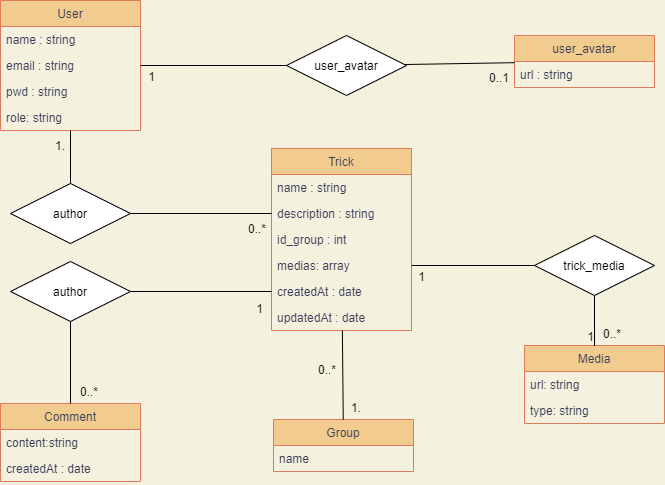
Earlier version of the draw.io export diagram/classes/classes.drawio.png (LFZDavid/SnowTricks). Source tidied: cells renumbered, new cells last; positions are measured from the earlier drawing's top-left corner, leaving out a move shared by most shapes. The source it was exported from:
```xml
<mxGraphModel background="#F4F1DE">
  <root>
    <mxCell id="0" />
    <mxCell id="1" parent="0" />
    <mxCell id="2" value="User" style="swimlane;fontStyle=0;horizontal=1;startSize=26;fontColor=#393C56;fillColor=#F2CC8F;strokeColor=#E07A5F;" parent="1" vertex="1">
      <mxGeometry width="140" height="130" as="geometry" />
    </mxCell>
    <mxCell id="3" value="name : string" style="text;strokeColor=none;fillColor=none;align=left;verticalAlign=top;spacingLeft=4;spacingRight=4;overflow=hidden;fontColor=#393C56;" parent="2" vertex="1">
      <mxGeometry y="26" width="140" height="26" as="geometry" />
    </mxCell>
    <mxCell id="4" value="email : string" style="text;strokeColor=none;fillColor=none;align=left;verticalAlign=top;spacingLeft=4;spacingRight=4;overflow=hidden;fontColor=#393C56;" parent="2" vertex="1">
      <mxGeometry y="52" width="140" height="26" as="geometry" />
    </mxCell>
    <mxCell id="5" value="pwd : string" style="text;strokeColor=none;fillColor=none;align=left;verticalAlign=top;spacingLeft=4;spacingRight=4;overflow=hidden;fontColor=#393C56;" parent="2" vertex="1">
      <mxGeometry y="78" width="140" height="26" as="geometry" />
    </mxCell>
    <mxCell id="6" value="role: string" style="text;strokeColor=none;fillColor=none;align=left;verticalAlign=top;spacingLeft=4;spacingRight=4;overflow=hidden;fontColor=#393C56;" parent="2" vertex="1">
      <mxGeometry y="104" width="140" height="26" as="geometry" />
    </mxCell>
    <mxCell id="7" value="Trick" style="swimlane;fontStyle=0;horizontal=1;startSize=26;fontColor=#393C56;fillColor=#F2CC8F;strokeColor=#E07A5F;" parent="1" vertex="1">
      <mxGeometry x="271" y="148" width="140" height="182" as="geometry" />
    </mxCell>
    <mxCell id="8" value="name : string" style="text;strokeColor=none;fillColor=none;align=left;verticalAlign=top;spacingLeft=4;spacingRight=4;overflow=hidden;fontColor=#393C56;" parent="7" vertex="1">
      <mxGeometry y="26" width="140" height="26" as="geometry" />
    </mxCell>
    <mxCell id="9" value="description : string" style="text;strokeColor=none;fillColor=none;align=left;verticalAlign=top;spacingLeft=4;spacingRight=4;overflow=hidden;fontColor=#393C56;" parent="7" vertex="1">
      <mxGeometry y="52" width="140" height="26" as="geometry" />
    </mxCell>
    <mxCell id="10" value="id_group : int" style="text;strokeColor=none;fillColor=none;align=left;verticalAlign=top;spacingLeft=4;spacingRight=4;overflow=hidden;fontColor=#393C56;" parent="7" vertex="1">
      <mxGeometry y="78" width="140" height="26" as="geometry" />
    </mxCell>
    <mxCell id="11" value="medias: array" style="text;strokeColor=none;fillColor=none;align=left;verticalAlign=top;spacingLeft=4;spacingRight=4;overflow=hidden;points=[[0,0.5],[1,0.5]];portConstraint=eastwest;fontColor=#393C56;" parent="7" vertex="1">
      <mxGeometry y="104" width="140" height="26" as="geometry" />
    </mxCell>
    <mxCell id="12" value="createdAt : date" style="text;strokeColor=none;fillColor=none;align=left;verticalAlign=top;spacingLeft=4;spacingRight=4;overflow=hidden;points=[[0,0.5],[1,0.5]];portConstraint=eastwest;fontColor=#393C56;" parent="7" vertex="1">
      <mxGeometry y="130" width="140" height="26" as="geometry" />
    </mxCell>
    <mxCell id="13" value="updatedAt : date" style="text;strokeColor=none;fillColor=none;align=left;verticalAlign=top;spacingLeft=4;spacingRight=4;overflow=hidden;fontColor=#393C56;" parent="7" vertex="1">
      <mxGeometry y="156" width="140" height="26" as="geometry" />
    </mxCell>
    <mxCell id="14" value="Comment" style="swimlane;fontStyle=0;horizontal=1;startSize=26;fontColor=#393C56;fillColor=#F2CC8F;strokeColor=#E07A5F;" parent="1" vertex="1">
      <mxGeometry y="403" width="140" height="78" as="geometry" />
    </mxCell>
    <mxCell id="15" value="content:string" style="text;strokeColor=none;fillColor=none;align=left;verticalAlign=top;spacingLeft=4;spacingRight=4;overflow=hidden;fontColor=#393C56;" parent="14" vertex="1">
      <mxGeometry y="26" width="140" height="26" as="geometry" />
    </mxCell>
    <mxCell id="16" value="createdAt : date " style="text;strokeColor=none;fillColor=none;align=left;verticalAlign=top;spacingLeft=4;spacingRight=4;overflow=hidden;fontColor=#393C56;" parent="14" vertex="1">
      <mxGeometry y="52" width="140" height="26" as="geometry" />
    </mxCell>
    <mxCell id="17" value="Group" style="swimlane;fontStyle=0;horizontal=1;startSize=26;fontColor=#393C56;fillColor=#F2CC8F;strokeColor=#E07A5F;" parent="1" vertex="1">
      <mxGeometry x="273" y="419" width="140" height="52" as="geometry" />
    </mxCell>
    <mxCell id="18" value="name" style="text;strokeColor=none;fillColor=none;align=left;verticalAlign=top;spacingLeft=4;spacingRight=4;overflow=hidden;fontColor=#393C56;" parent="17" vertex="1">
      <mxGeometry y="26" width="140" height="26" as="geometry" />
    </mxCell>
    <mxCell id="19" value="user_avatar" style="swimlane;fontStyle=0;horizontal=1;startSize=26;fontColor=#393C56;fillColor=#F2CC8F;strokeColor=#E07A5F;" parent="1" vertex="1">
      <mxGeometry x="514" y="35" width="140" height="52" as="geometry" />
    </mxCell>
    <mxCell id="20" value="url : string" style="text;strokeColor=none;fillColor=none;align=left;verticalAlign=top;spacingLeft=4;spacingRight=4;overflow=hidden;fontColor=#393C56;" parent="19" vertex="1">
      <mxGeometry y="26" width="140" height="26" as="geometry" />
    </mxCell>
    <mxCell id="21" value="Media" style="swimlane;fontStyle=0;horizontal=1;startSize=26;fontColor=#393C56;fillColor=#F2CC8F;strokeColor=#E07A5F;" parent="1" vertex="1">
      <mxGeometry x="524" y="345" width="140" height="78" as="geometry" />
    </mxCell>
    <mxCell id="22" value="url: string" style="text;strokeColor=none;fillColor=none;align=left;verticalAlign=top;spacingLeft=4;spacingRight=4;overflow=hidden;fontColor=#393C56;" parent="21" vertex="1">
      <mxGeometry y="26" width="140" height="26" as="geometry" />
    </mxCell>
    <mxCell id="23" value="type: string" style="text;strokeColor=none;fillColor=none;align=left;verticalAlign=top;spacingLeft=4;spacingRight=4;overflow=hidden;fontColor=#393C56;" parent="21" vertex="1">
      <mxGeometry y="52" width="140" height="26" as="geometry" />
    </mxCell>
    <mxCell id="24" style="endArrow=none;html=1;rounded=0;" parent="1" edge="1" source="48" target="21">
      <mxGeometry relative="1" as="geometry" />
    </mxCell>
    <mxCell id="25" value="1" style="html=1;align=right;verticalAlign=bottom;" parent="24" vertex="1">
      <mxGeometry x="1" relative="1" as="geometry" />
    </mxCell>
    <mxCell id="26" style="endArrow=none;html=1;rounded=0;strokeColor=#000000;entryX=1;entryY=0.5;entryDx=0;entryDy=0;" parent="1" edge="1" source="48" target="11">
      <mxGeometry relative="1" as="geometry" />
    </mxCell>
    <mxCell id="27" value="&lt;font color=&quot;#000000&quot;&gt;1&lt;/font&gt;" style="html=1;align=right;verticalAlign=bottom;" parent="26" vertex="1">
      <mxGeometry x="1" relative="1" as="geometry">
        <mxPoint x="14" y="20" as="offset" />
      </mxGeometry>
    </mxCell>
    <mxCell id="28" style="endArrow=none;html=1;rounded=0;strokeColor=#000000;" parent="1" edge="1" source="48" target="21">
      <mxGeometry relative="1" as="geometry" />
    </mxCell>
    <mxCell id="29" value="&lt;font color=&quot;#000000&quot;&gt;0..*&lt;/font&gt;" style="html=1;align=right;verticalAlign=bottom;" parent="28" vertex="1">
      <mxGeometry x="1" relative="1" as="geometry">
        <mxPoint x="27.1" y="-3" as="offset" />
      </mxGeometry>
    </mxCell>
    <mxCell id="30" style="endArrow=none;html=1;rounded=0;strokeColor=#000000;" parent="1" edge="1" source="7" target="17">
      <mxGeometry relative="1" as="geometry" />
    </mxCell>
    <mxCell id="31" value="&lt;font color=&quot;#000000&quot;&gt;1.&lt;/font&gt;" style="html=1;align=right;verticalAlign=bottom;" parent="30" vertex="1">
      <mxGeometry x="1" relative="1" as="geometry">
        <mxPoint x="18.3" y="-3" as="offset" />
      </mxGeometry>
    </mxCell>
    <mxCell id="32" value="&lt;font color=&quot;#000000&quot;&gt;0..*&lt;/font&gt;" style="html=1;align=right;verticalAlign=bottom;" parent="1" vertex="1">
      <mxGeometry x="322" y="315" as="geometry">
        <mxPoint x="14" y="63" as="offset" />
      </mxGeometry>
    </mxCell>
    <mxCell id="33" value="author" style="shape=rhombus;perimeter=rhombusPerimeter;whiteSpace=wrap;html=1;align=center;" parent="1" vertex="1">
      <mxGeometry x="10" y="183" width="120" height="60" as="geometry" />
    </mxCell>
    <mxCell id="34" style="endArrow=none;html=1;rounded=0;strokeColor=#000000;" parent="1" edge="1" source="33" target="2">
      <mxGeometry relative="1" as="geometry" />
    </mxCell>
    <mxCell id="35" value="&lt;font color=&quot;#000000&quot;&gt;1.&lt;/font&gt;" style="html=1;align=right;verticalAlign=bottom;" parent="34" vertex="1">
      <mxGeometry x="1" relative="1" as="geometry">
        <mxPoint x="-5" y="24" as="offset" />
      </mxGeometry>
    </mxCell>
    <mxCell id="36" style="endArrow=none;html=1;rounded=0;strokeColor=#000000;entryX=0;entryY=0.5;entryDx=0;entryDy=0;" parent="1" edge="1" source="33">
      <mxGeometry relative="1" as="geometry">
        <mxPoint x="271" y="213" as="targetPoint" />
      </mxGeometry>
    </mxCell>
    <mxCell id="37" value="&lt;font color=&quot;#000000&quot;&gt;0..*&lt;/font&gt;" style="html=1;align=right;verticalAlign=bottom;" parent="36" vertex="1">
      <mxGeometry x="1" relative="1" as="geometry">
        <mxPoint x="-5" y="24" as="offset" />
      </mxGeometry>
    </mxCell>
    <mxCell id="38" value="author" style="shape=rhombus;perimeter=rhombusPerimeter;whiteSpace=wrap;html=1;align=center;" parent="1" vertex="1">
      <mxGeometry x="10" y="261" width="120" height="60" as="geometry" />
    </mxCell>
    <mxCell id="39" style="endArrow=none;html=1;rounded=0;strokeColor=#000000;" parent="1" edge="1" source="38" target="14">
      <mxGeometry relative="1" as="geometry" />
    </mxCell>
    <mxCell id="40" value="&lt;font color=&quot;#000000&quot;&gt;0..*&lt;/font&gt;" style="html=1;align=right;verticalAlign=bottom;" parent="39" vertex="1">
      <mxGeometry x="1" relative="1" as="geometry">
        <mxPoint x="28" y="-3" as="offset" />
      </mxGeometry>
    </mxCell>
    <mxCell id="41" style="endArrow=none;html=1;rounded=0;strokeColor=#000000;entryX=0;entryY=0.5;entryDx=0;entryDy=0;" parent="1" edge="1" source="38" target="12">
      <mxGeometry relative="1" as="geometry" />
    </mxCell>
    <mxCell id="42" value="&lt;font color=&quot;#000000&quot;&gt;1&lt;/font&gt;" style="html=1;align=right;verticalAlign=bottom;" parent="41" vertex="1">
      <mxGeometry x="1" relative="1" as="geometry">
        <mxPoint x="-7.8" y="26" as="offset" />
      </mxGeometry>
    </mxCell>
    <mxCell id="43" value="user_avatar" style="shape=rhombus;perimeter=rhombusPerimeter;whiteSpace=wrap;html=1;align=center;" parent="1" vertex="1">
      <mxGeometry x="286" y="35" width="120" height="60" as="geometry" />
    </mxCell>
    <mxCell id="44" style="endArrow=none;html=1;rounded=0;strokeColor=#000000;" parent="1" edge="1" source="43" target="2">
      <mxGeometry relative="1" as="geometry" />
    </mxCell>
    <mxCell id="45" value="&lt;font color=&quot;#000000&quot;&gt;1&lt;/font&gt;" style="html=1;align=right;verticalAlign=bottom;" parent="44" vertex="1">
      <mxGeometry x="1" relative="1" as="geometry">
        <mxPoint x="15" y="20" as="offset" />
      </mxGeometry>
    </mxCell>
    <mxCell id="46" style="endArrow=none;html=1;rounded=0;strokeColor=#000000;" parent="1" edge="1" source="43" target="19">
      <mxGeometry relative="1" as="geometry" />
    </mxCell>
    <mxCell id="47" value="&lt;font color=&quot;#000000&quot;&gt;0..1&lt;/font&gt;" style="html=1;align=right;verticalAlign=bottom;" parent="46" vertex="1">
      <mxGeometry x="1" relative="1" as="geometry">
        <mxPoint x="-5" y="24" as="offset" />
      </mxGeometry>
    </mxCell>
    <mxCell id="48" value="trick_media" style="shape=rhombus;perimeter=rhombusPerimeter;whiteSpace=wrap;html=1;align=center;" parent="1" vertex="1">
      <mxGeometry x="534" y="235" width="120" height="60" as="geometry" />
    </mxCell>
  </root>
</mxGraphModel>
```
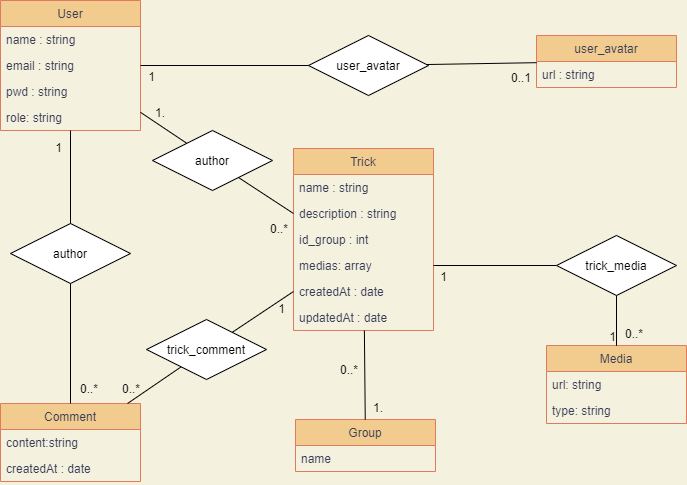
Above is the later version.

The edit, as a diff of the source:
```diff
@@ -3,7 +3,7 @@
     <mxCell id="0" />
     <mxCell id="1" parent="0" />
     <mxCell id="2" value="User" style="swimlane;fontStyle=0;horizontal=1;startSize=26;fontColor=#393C56;fillColor=#F2CC8F;strokeColor=#E07A5F;" parent="1" vertex="1">
-      <mxGeometry width="140" height="130" as="geometry" />
+      <mxGeometry x="-22" width="140" height="130" as="geometry" />
     </mxCell>
     <mxCell id="3" value="name : string" style="text;strokeColor=none;fillColor=none;align=left;verticalAlign=top;spacingLeft=4;spacingRight=4;overflow=hidden;fontColor=#393C56;" parent="2" vertex="1">
       <mxGeometry y="26" width="140" height="26" as="geometry" />
@@ -39,7 +39,7 @@
       <mxGeometry y="156" width="140" height="26" as="geometry" />
     </mxCell>
     <mxCell id="14" value="Comment" style="swimlane;fontStyle=0;horizontal=1;startSize=26;fontColor=#393C56;fillColor=#F2CC8F;strokeColor=#E07A5F;" parent="1" vertex="1">
-      <mxGeometry y="403" width="140" height="78" as="geometry" />
+      <mxGeometry x="-22" y="403" width="140" height="78" as="geometry" />
     </mxCell>
     <mxCell id="15" value="content:string" style="text;strokeColor=none;fillColor=none;align=left;verticalAlign=top;spacingLeft=4;spacingRight=4;overflow=hidden;fontColor=#393C56;" parent="14" vertex="1">
       <mxGeometry y="26" width="140" height="26" as="geometry" />
@@ -104,14 +104,14 @@
       </mxGeometry>
     </mxCell>
     <mxCell id="33" value="author" style="shape=rhombus;perimeter=rhombusPerimeter;whiteSpace=wrap;html=1;align=center;" parent="1" vertex="1">
-      <mxGeometry x="10" y="183" width="120" height="60" as="geometry" />
+      <mxGeometry x="130" y="130" width="120" height="60" as="geometry" />
     </mxCell>
     <mxCell id="34" style="endArrow=none;html=1;rounded=0;strokeColor=#000000;" parent="1" edge="1" source="33" target="2">
       <mxGeometry relative="1" as="geometry" />
     </mxCell>
     <mxCell id="35" value="&lt;font color=&quot;#000000&quot;&gt;1.&lt;/font&gt;" style="html=1;align=right;verticalAlign=bottom;" parent="34" vertex="1">
       <mxGeometry x="1" relative="1" as="geometry">
-        <mxPoint x="-5" y="24" as="offset" />
+        <mxPoint x="25.2" y="9.3" as="offset" />
       </mxGeometry>
     </mxCell>
     <mxCell id="36" style="endArrow=none;html=1;rounded=0;strokeColor=#000000;entryX=0;entryY=0.5;entryDx=0;entryDy=0;" parent="1" edge="1" source="33">
@@ -124,15 +124,15 @@
         <mxPoint x="-5" y="24" as="offset" />
       </mxGeometry>
     </mxCell>
-    <mxCell id="38" value="author" style="shape=rhombus;perimeter=rhombusPerimeter;whiteSpace=wrap;html=1;align=center;" parent="1" vertex="1">
-      <mxGeometry x="10" y="261" width="120" height="60" as="geometry" />
+    <mxCell id="38" value="trick_comment" style="shape=rhombus;perimeter=rhombusPerimeter;whiteSpace=wrap;html=1;align=center;" parent="1" vertex="1">
+      <mxGeometry x="124" y="319" width="120" height="60" as="geometry" />
     </mxCell>
     <mxCell id="39" style="endArrow=none;html=1;rounded=0;strokeColor=#000000;" parent="1" edge="1" source="38" target="14">
       <mxGeometry relative="1" as="geometry" />
     </mxCell>
     <mxCell id="40" value="&lt;font color=&quot;#000000&quot;&gt;0..*&lt;/font&gt;" style="html=1;align=right;verticalAlign=bottom;" parent="39" vertex="1">
       <mxGeometry x="1" relative="1" as="geometry">
-        <mxPoint x="28" y="-3" as="offset" />
+        <mxPoint x="13" y="-6" as="offset" />
       </mxGeometry>
     </mxCell>
     <mxCell id="41" style="endArrow=none;html=1;rounded=0;strokeColor=#000000;entryX=0;entryY=0.5;entryDx=0;entryDy=0;" parent="1" edge="1" source="38" target="12">
@@ -165,5 +165,24 @@
     <mxCell id="48" value="trick_media" style="shape=rhombus;perimeter=rhombusPerimeter;whiteSpace=wrap;html=1;align=center;" parent="1" vertex="1">
       <mxGeometry x="534" y="235" width="120" height="60" as="geometry" />
     </mxCell>
+    <mxCell id="49" value="author" style="shape=rhombus;perimeter=rhombusPerimeter;whiteSpace=wrap;html=1;align=center;" parent="1" vertex="1">
+      <mxGeometry x="-12" y="223" width="120" height="60" as="geometry" />
+    </mxCell>
+    <mxCell id="50" style="endArrow=none;html=1;rounded=0;strokeColor=#000000;" parent="1" edge="1" source="49" target="14">
+      <mxGeometry relative="1" as="geometry" />
+    </mxCell>
+    <mxCell id="51" value="&lt;font color=&quot;#000000&quot;&gt;0..*&lt;/font&gt;" style="html=1;align=right;verticalAlign=bottom;" parent="50" vertex="1">
+      <mxGeometry x="1" relative="1" as="geometry">
+        <mxPoint x="28" y="-6" as="offset" />
+      </mxGeometry>
+    </mxCell>
+    <mxCell id="52" style="endArrow=none;html=1;rounded=0;strokeColor=#000000;" parent="1" edge="1" source="49" target="2">
+      <mxGeometry relative="1" as="geometry" />
+    </mxCell>
+    <mxCell id="53" value="&lt;font color=&quot;#000000&quot;&gt;1&lt;/font&gt;" style="html=1;align=right;verticalAlign=bottom;" parent="52" vertex="1">
+      <mxGeometry x="1" relative="1" as="geometry">
+        <mxPoint x="-7.8" y="26" as="offset" />
+      </mxGeometry>
+    </mxCell>
   </root>
 </mxGraphModel>
```
